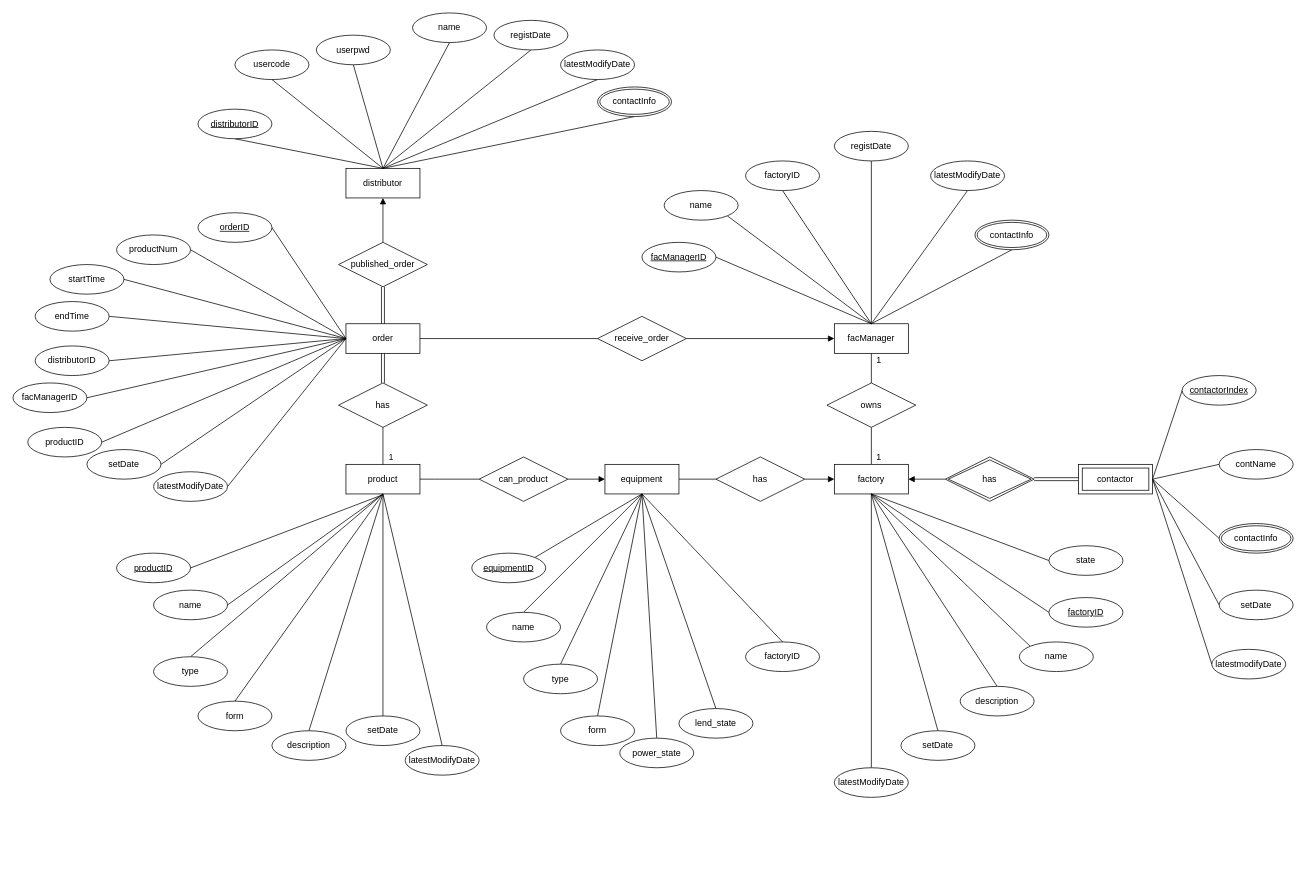
Before: Untitled Diagram.drawio in WZYtrick/ERD, a draw.io diagram. Source tidied: cells renumbered, new cells numbered last; positions are measured from the earlier drawing's top-left corner, leaving out a move shared by most shapes. Both pictures are drawn from the tidied source at 74%, with x=0, y=0 at pixel (13, 13).
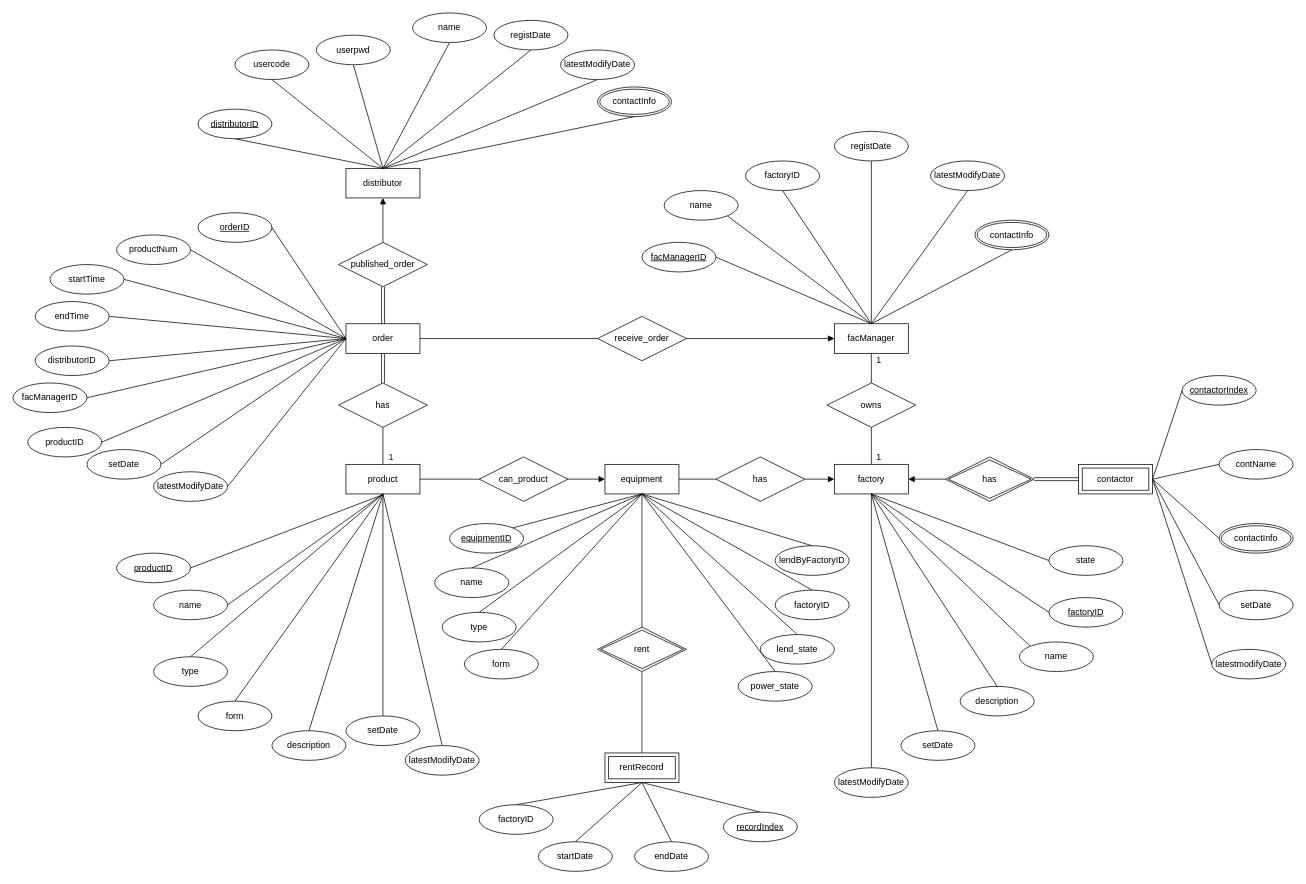
The same page after the edit.

Unchanged cells that the change refers to:
```xml
<mxCell id="13" value="equipment" style="whiteSpace=wrap;html=1;align=center;" parent="1" vertex="1">
  <mxGeometry x="800" y="610" width="100" height="40" as="geometry" />
</mxCell>
```

The edit, as a diff of the source:
```diff
@@
+    <mxCell id="127" style="edgeStyle=none;rounded=0;jettySize=auto;html=1;exitX=0.5;exitY=1;exitDx=0;exitDy=0;entryX=0.5;entryY=0;entryDx=0;entryDy=0;endArrow=none;endFill=0;" parent="1" edge="1" source="13">
+      <mxGeometry relative="1" as="geometry">
+        <mxPoint x="850" y="830" as="targetPoint" />
+      </mxGeometry>
+    </mxCell>
@@
     <mxCell id="114" value="name" style="ellipse;whiteSpace=wrap;html=1;align=center;" parent="1" vertex="1">
-      <mxGeometry x="640" y="810" width="100" height="40" as="geometry" />
+      <mxGeometry x="570" y="750" width="100" height="40" as="geometry" />
     </mxCell>
@@
     <mxCell id="116" value="equipmentID" style="ellipse;whiteSpace=wrap;html=1;align=center;fontStyle=4;" parent="1" vertex="1">
-      <mxGeometry x="620" y="730" width="100" height="40" as="geometry" />
+      <mxGeometry x="590" y="690" width="100" height="40" as="geometry" />
     </mxCell>
@@
     <mxCell id="118" value="type" style="ellipse;whiteSpace=wrap;html=1;align=center;" parent="1" vertex="1">
-      <mxGeometry x="690" y="880" width="100" height="40" as="geometry" />
+      <mxGeometry x="580" y="810" width="100" height="40" as="geometry" />
     </mxCell>
@@
     <mxCell id="120" value="form" style="ellipse;whiteSpace=wrap;html=1;align=center;" parent="1" vertex="1">
-      <mxGeometry x="740" y="950" width="100" height="40" as="geometry" />
+      <mxGeometry x="610" y="860" width="100" height="40" as="geometry" />
     </mxCell>
@@
     <mxCell id="122" value="power_state" style="ellipse;whiteSpace=wrap;html=1;align=center;" parent="1" vertex="1">
-      <mxGeometry x="820" y="980" width="100" height="40" as="geometry" />
+      <mxGeometry x="980" y="890" width="100" height="40" as="geometry" />
     </mxCell>
@@
     <mxCell id="124" value="lend_state" style="ellipse;whiteSpace=wrap;html=1;align=center;" parent="1" vertex="1">
-      <mxGeometry x="900" y="940" width="100" height="40" as="geometry" />
+      <mxGeometry x="1010" y="840" width="100" height="40" as="geometry" />
     </mxCell>
@@
     <mxCell id="126" value="factoryID" style="ellipse;whiteSpace=wrap;html=1;align=center;" parent="1" vertex="1">
-      <mxGeometry x="990" y="850" width="100" height="40" as="geometry" />
+      <mxGeometry x="1030" y="780" width="100" height="40" as="geometry" />
     </mxCell>
+    <mxCell id="128" style="rounded=0;jettySize=auto;html=1;exitX=0.5;exitY=0;exitDx=0;exitDy=0;endArrow=none;endFill=0;" parent="1" edge="1" source="129">
+      <mxGeometry relative="1" as="geometry">
+        <mxPoint x="850" y="650" as="targetPoint" />
+      </mxGeometry>
+    </mxCell>
+    <mxCell id="129" value="lendByFactoryID" style="ellipse;whiteSpace=wrap;html=1;align=center;" parent="1" vertex="1">
+      <mxGeometry x="1030" y="720" width="100" height="40" as="geometry" />
+    </mxCell>
+    <mxCell id="130" style="edgeStyle=none;rounded=0;orthogonalLoop=1;jettySize=auto;html=1;exitX=0.5;exitY=1;exitDx=0;exitDy=0;entryX=0.5;entryY=0;entryDx=0;entryDy=0;endArrow=none;endFill=0;" parent="1" edge="1">
+      <mxGeometry relative="1" as="geometry">
+        <mxPoint x="850" y="890" as="sourcePoint" />
+        <mxPoint x="850" y="1000" as="targetPoint" />
+      </mxGeometry>
+    </mxCell>
+    <mxCell id="131" style="edgeStyle=none;rounded=0;jettySize=auto;html=1;exitX=0.5;exitY=0;exitDx=0;exitDy=0;entryX=0.5;entryY=1;entryDx=0;entryDy=0;endArrow=none;endFill=0;" parent="1" edge="1" source="132" target="134">
+      <mxGeometry relative="1" as="geometry" />
+    </mxCell>
+    <mxCell id="132" value="factoryID" style="ellipse;whiteSpace=wrap;html=1;align=center;" parent="1" vertex="1">
+      <mxGeometry x="630" y="1070" width="100" height="40" as="geometry" />
+    </mxCell>
+    <mxCell id="133" value="rent" style="shape=rhombus;double=1;perimeter=rhombusPerimeter;whiteSpace=wrap;html=1;align=center;" parent="1" vertex="1">
+      <mxGeometry x="790" y="830" width="120" height="60" as="geometry" />
+    </mxCell>
+    <mxCell id="134" value="rentRecord" style="shape=ext;margin=3;double=1;whiteSpace=wrap;html=1;align=center;" parent="1" vertex="1">
+      <mxGeometry x="800" y="1000" width="100" height="40" as="geometry" />
+    </mxCell>
+    <mxCell id="135" style="edgeStyle=none;rounded=0;jettySize=auto;html=1;exitX=0.5;exitY=0;exitDx=0;exitDy=0;endArrow=none;endFill=0;" parent="1" edge="1" source="136">
+      <mxGeometry relative="1" as="geometry">
+        <mxPoint x="850" y="1040" as="targetPoint" />
+      </mxGeometry>
+    </mxCell>
+    <mxCell id="136" value="recordIndex" style="ellipse;whiteSpace=wrap;html=1;align=center;fontStyle=4;" parent="1" vertex="1">
+      <mxGeometry x="960" y="1080" width="100" height="40" as="geometry" />
+    </mxCell>
+    <mxCell id="137" style="edgeStyle=none;rounded=0;jettySize=auto;html=1;exitX=0.5;exitY=0;exitDx=0;exitDy=0;entryX=0.5;entryY=1;entryDx=0;entryDy=0;endArrow=none;endFill=0;" parent="1" edge="1" source="138" target="134">
+      <mxGeometry relative="1" as="geometry" />
+    </mxCell>
+    <mxCell id="138" value="startDate" style="ellipse;whiteSpace=wrap;html=1;align=center;" parent="1" vertex="1">
+      <mxGeometry x="710" y="1120" width="100" height="40" as="geometry" />
+    </mxCell>
+    <mxCell id="139" style="edgeStyle=none;rounded=0;jettySize=auto;html=1;exitX=0.5;exitY=0;exitDx=0;exitDy=0;entryX=0.5;entryY=1;entryDx=0;entryDy=0;endArrow=none;endFill=0;" parent="1" edge="1" source="140" target="134">
+      <mxGeometry relative="1" as="geometry" />
+    </mxCell>
+    <mxCell id="140" value="endDate" style="ellipse;whiteSpace=wrap;html=1;align=center;" parent="1" vertex="1">
+      <mxGeometry x="840" y="1120" width="100" height="40" as="geometry" />
+    </mxCell>
```
